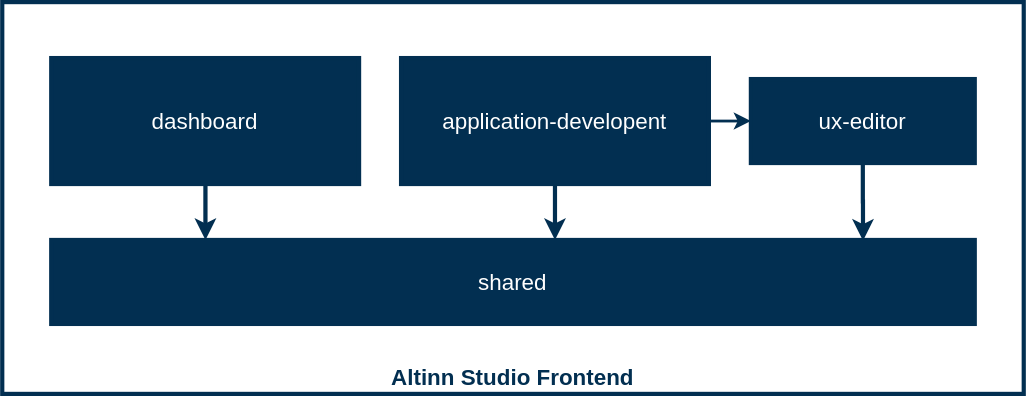
Earlier version of the draw.io export content/teknologi/altinnstudio/development/handbook/front-end/getting-started/structure-studio.drawio.svg (Altinn/altinn-studio-docs). Source tidied: cells renumbered, new cells last; positions are measured from the earlier drawing's top-left corner, leaving out a move shared by most shapes.
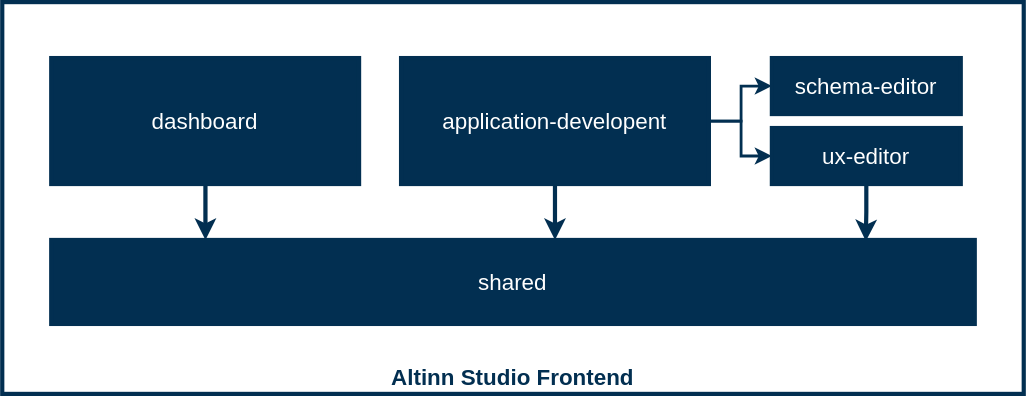
The same diagram one commit later.

What changed in the source:
```diff
@@ -17,7 +17,12 @@
       <mxGeometry x="35" y="40" width="220" height="90" as="geometry" />
     </mxCell>
     <mxCell id="5" style="edgeStyle=orthogonalEdgeStyle;rounded=0;jettySize=auto;html=1;exitX=1;exitY=0.5;exitDx=0;exitDy=0;entryX=0;entryY=0.5;entryDx=0;entryDy=0;fontSize=14;fontColor=#022F51;strokeColor=#022F51;strokeWidth=2;" parent="1" edge="1" source="7" target="9">
-      <mxGeometry relative="1" as="geometry" />
+      <mxGeometry relative="1" as="geometry">
+        <Array as="points">
+          <mxPoint x="528" y="85" />
+          <mxPoint x="528" y="110" />
+        </Array>
+      </mxGeometry>
     </mxCell>
     <mxCell id="6" style="edgeStyle=orthogonalEdgeStyle;rounded=0;jettySize=auto;html=1;exitX=0.5;exitY=1;exitDx=0;exitDy=0;fontSize=16;fontColor=#022F51;strokeColor=#022F51;strokeWidth=3;" parent="1" edge="1" source="7" target="10">
       <mxGeometry relative="1" as="geometry">
@@ -27,17 +32,28 @@
         </Array>
       </mxGeometry>
     </mxCell>
+    <mxCell id="11" style="edgeStyle=orthogonalEdgeStyle;rounded=0;jettySize=auto;html=1;exitX=1;exitY=0.5;exitDx=0;exitDy=0;entryX=0;entryY=0.5;entryDx=0;entryDy=0;strokeColor=#022F51;strokeWidth=2;" parent="1" edge="1" source="7" target="12">
+      <mxGeometry relative="1" as="geometry">
+        <Array as="points">
+          <mxPoint x="528" y="85" />
+          <mxPoint x="528" y="60" />
+        </Array>
+      </mxGeometry>
+    </mxCell>
     <mxCell id="7" value="application-developent" style="rounded=0;whiteSpace=wrap;html=1;fontSize=16;strokeWidth=3;fontColor=#FFFFFF;strokeColor=#022F51;fillColor=#022F51;" parent="1" vertex="1">
       <mxGeometry x="285" y="40" width="220" height="90" as="geometry" />
     </mxCell>
-    <mxCell id="8" style="edgeStyle=orthogonalEdgeStyle;rounded=0;jettySize=auto;html=1;exitX=0.5;exitY=1;exitDx=0;exitDy=0;entryX=0.879;entryY=0.01;entryDx=0;entryDy=0;entryPerimeter=0;fontSize=16;fontColor=#022F51;strokeColor=#022F51;strokeWidth=3;" parent="1" edge="1" source="9" target="10">
+    <mxCell id="8" style="edgeStyle=orthogonalEdgeStyle;rounded=0;jettySize=auto;html=1;exitX=0.5;exitY=1;exitDx=0;exitDy=0;entryX=0.882;entryY=0.014;entryDx=0;entryDy=0;entryPerimeter=0;fontSize=16;fontColor=#022F51;strokeColor=#022F51;strokeWidth=3;" parent="1" edge="1" source="9" target="10">
       <mxGeometry relative="1" as="geometry" />
     </mxCell>
     <mxCell id="9" value="ux-editor" style="rounded=0;whiteSpace=wrap;html=1;fontSize=16;strokeWidth=3;fontColor=#FFFFFF;strokeColor=#022F51;fillColor=#022F51;" parent="1" vertex="1">
-      <mxGeometry x="535" y="55" width="160" height="60" as="geometry" />
+      <mxGeometry x="550" y="90" width="135" height="40" as="geometry" />
     </mxCell>
     <mxCell id="10" value="shared" style="rounded=0;whiteSpace=wrap;html=1;fontSize=16;strokeWidth=3;fontColor=#FFFFFF;strokeColor=#022F51;fillColor=#022F51;" parent="1" vertex="1">
       <mxGeometry x="35" y="170" width="660" height="60" as="geometry" />
     </mxCell>
+    <mxCell id="12" value="schema-editor" style="rounded=0;whiteSpace=wrap;html=1;fontSize=16;strokeWidth=3;fontColor=#FFFFFF;strokeColor=#022F51;fillColor=#022F51;" parent="1" vertex="1">
+      <mxGeometry x="550" y="40" width="135" height="40" as="geometry" />
+    </mxCell>
   </root>
 </mxGraphModel>
```
